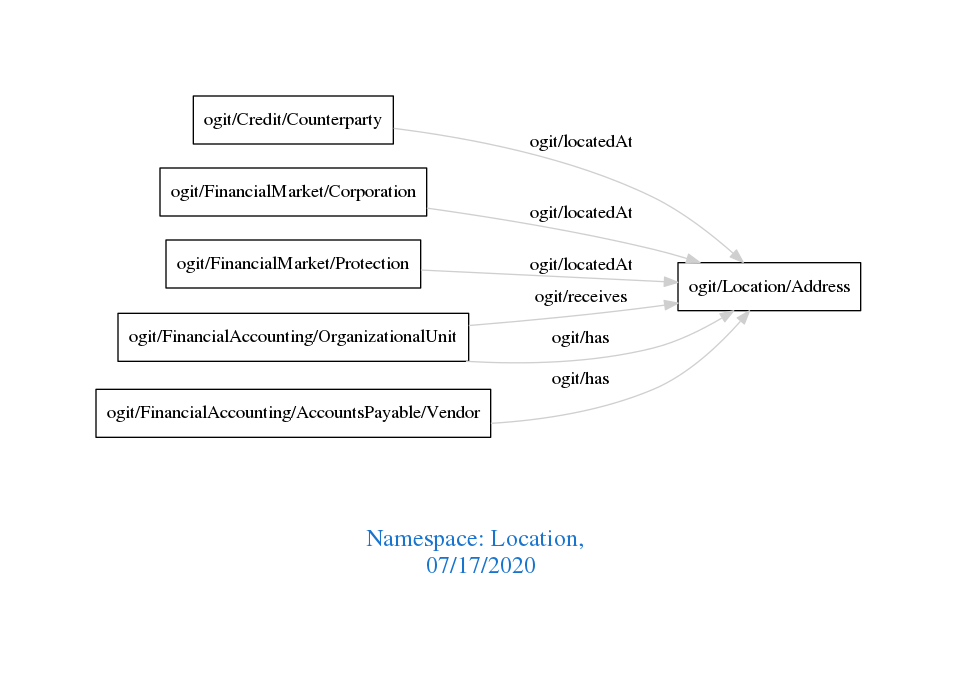
arago/OGIT keeps this Graphviz diagram as downloads/Location.png. Above is the earlier version. Its source is kept beside it as downloads/Location.dot.
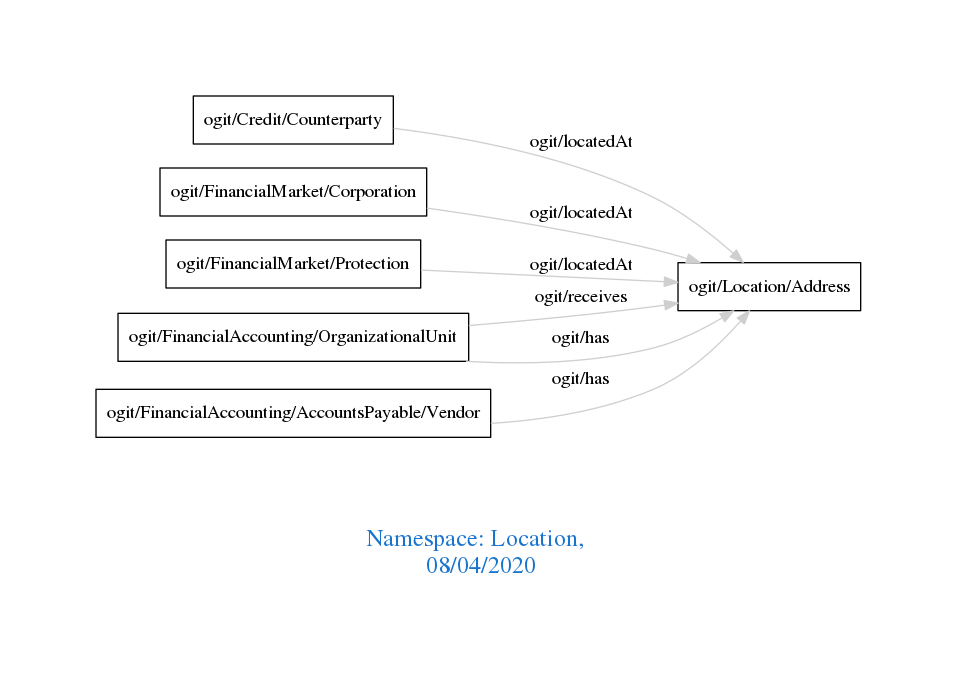
After the commit.

Change to the diagram source:
```diff
@@ -1,7 +1,7 @@
 digraph OGIT_ontology {
  graph [ rankdir= LR,pad=1
 fontsize = 18,
-fontcolor= dodgerblue3,label = "\n\n\nNamespace: Location, \n 07/17/2020"];
+fontcolor= dodgerblue3,label = "\n\n\nNamespace: Location, \n 08/04/2020"];
 node[shape=polygon];
 edge [  color="gray81"];
 
```
